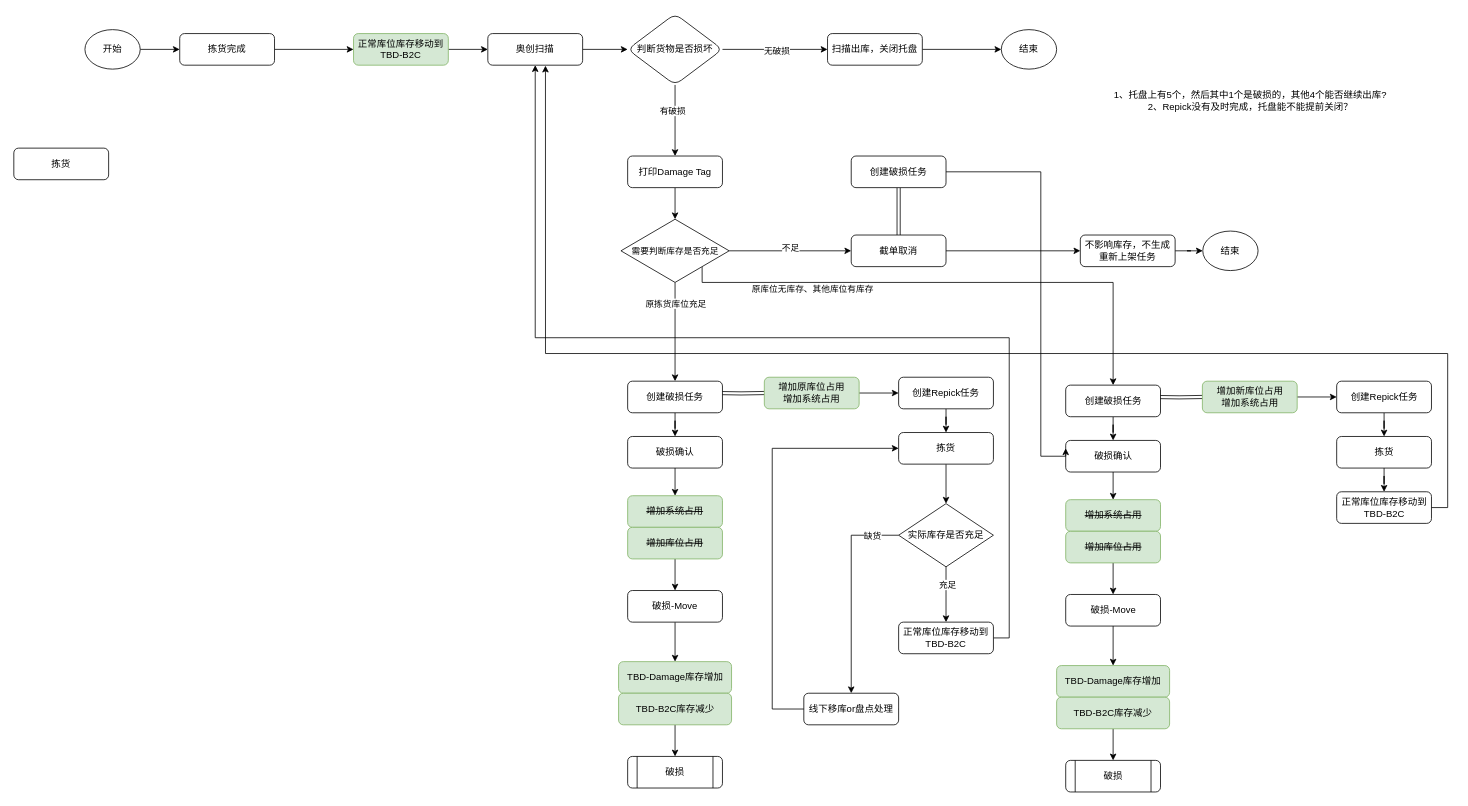
Earlier version of the draw.io diagram page "奥创破损方案1" (11 of 13) of 转运流程.drawio (OJBK123/Draws). Source tidied: cells renumbered, new cells numbered last; positions are measured from the earlier drawing's top-left corner, leaving out a move shared by most shapes. Both pictures are drawn from the tidied source at 79%, with x=0, y=0 at pixel (13, 13).
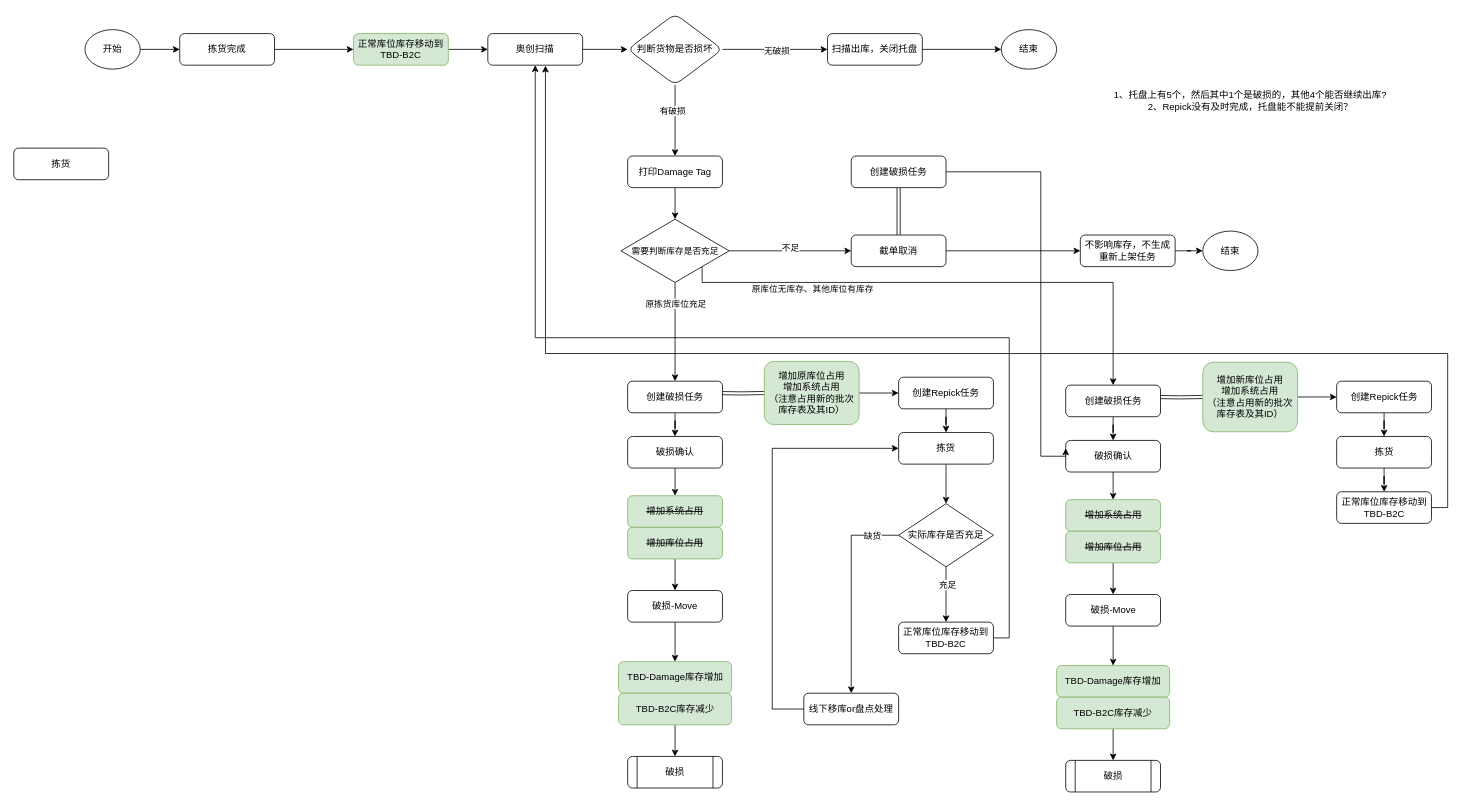
The same page after the edit.

Commit message:
更新转运流程.drawio

What changed in the source:
```diff
@@
-    <mxCell id="53" value="增加原库位占用&lt;div&gt;增加系统占用&lt;/div&gt;" style="rounded=1;whiteSpace=wrap;html=1;fontSize=12;glass=0;strokeWidth=1;shadow=0;fillColor=#d5e8d4;strokeColor=#82b366;" parent="1" vertex="1">
-      <mxGeometry x="950" y="460" width="120" height="40" as="geometry" />
+    <mxCell id="53" value="增加原库位占用&lt;div&gt;增加系统占用&lt;/div&gt;&lt;div&gt;（注意占用新的批次库存表及其ID）&lt;/div&gt;" style="rounded=1;whiteSpace=wrap;html=1;fontSize=12;glass=0;strokeWidth=1;shadow=0;fillColor=#d5e8d4;strokeColor=#82b366;" parent="1" vertex="1">
+      <mxGeometry x="950" y="440" width="120" height="80" as="geometry" />
     </mxCell>
@@
-    <mxCell id="74" value="增加新库位占用&lt;div&gt;增加系统占用&lt;/div&gt;" style="rounded=1;whiteSpace=wrap;html=1;fontSize=12;glass=0;strokeWidth=1;shadow=0;fillColor=#d5e8d4;strokeColor=#82b366;" parent="1" vertex="1">
-      <mxGeometry x="1504.5" y="465" width="120" height="40" as="geometry" />
+    <mxCell id="74" value="增加新库位占用&lt;div&gt;增加系统占用&lt;/div&gt;&lt;div&gt;（注意占用新的批次库存表及其ID）&lt;/div&gt;" style="rounded=1;whiteSpace=wrap;html=1;fontSize=12;glass=0;strokeWidth=1;shadow=0;fillColor=#d5e8d4;strokeColor=#82b366;" parent="1" vertex="1">
+      <mxGeometry x="1505" y="441" width="120" height="88" as="geometry" />
     </mxCell>
```
